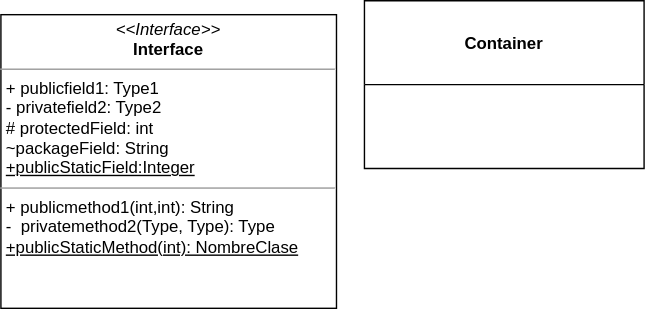
The draw.io diagram diagrams/diag01.drawio.svg in Xurxo-ojea/diagramGit, before a commit. Source tidied: cells renumbered, new cells last; positions are measured from the earlier drawing's top-left corner, leaving out a move shared by most shapes.
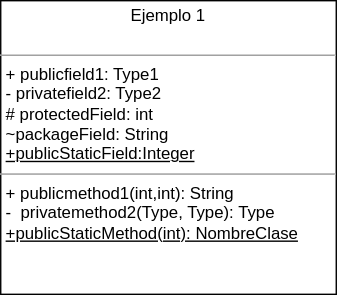
The same diagram one commit later.

The edit, as a diff of the source:
```diff
@@ -2,11 +2,8 @@
   <root>
     <mxCell id="0" />
     <mxCell id="1" parent="0" />
-    <mxCell id="2" value="&lt;p style=&quot;margin:0px;margin-top:4px;text-align:center;&quot;&gt;&lt;i&gt;&amp;lt;&amp;lt;Interface&amp;gt;&amp;gt;&lt;/i&gt;&lt;br&gt;&lt;b&gt;Interface&lt;/b&gt;&lt;/p&gt;&lt;hr size=&quot;1&quot;&gt;&lt;p style=&quot;margin:0px;margin-left:4px;&quot;&gt;+ publicfield1: Type1&lt;br&gt;- privatefield2: Type2&lt;/p&gt;&lt;p style=&quot;margin:0px;margin-left:4px;&quot;&gt;# protectedField: int&lt;/p&gt;&lt;p style=&quot;margin:0px;margin-left:4px;&quot;&gt;~packageField: String&lt;/p&gt;&lt;p style=&quot;margin:0px;margin-left:4px;&quot;&gt;&lt;u&gt;+publicStaticField:Integer&lt;/u&gt;&lt;/p&gt;&lt;hr size=&quot;1&quot;&gt;&lt;p style=&quot;margin:0px;margin-left:4px;&quot;&gt;+ publicmethod1(int,int): String&lt;br&gt;-&amp;nbsp; privatemethod2(Type, Type): Type&lt;/p&gt;&lt;p style=&quot;margin:0px;margin-left:4px;&quot;&gt;&lt;u&gt;+publicStaticMethod(int): NombreClase&lt;/u&gt;&lt;/p&gt;" style="verticalAlign=top;align=left;overflow=fill;fontSize=12;fontFamily=Helvetica;html=1;" parent="1" vertex="1">
+    <mxCell id="2" value="&lt;p style=&quot;margin: 0px ; margin-top: 4px ; text-align: center&quot;&gt;Ejemplo 1&lt;br&gt;&lt;br&gt;&lt;/p&gt;&lt;hr size=&quot;1&quot;&gt;&lt;p style=&quot;margin: 0px ; margin-left: 4px&quot;&gt;+ publicfield1: Type1&lt;br&gt;- privatefield2: Type2&lt;/p&gt;&lt;p style=&quot;margin: 0px ; margin-left: 4px&quot;&gt;# protectedField: int&lt;/p&gt;&lt;p style=&quot;margin: 0px ; margin-left: 4px&quot;&gt;~packageField: String&lt;/p&gt;&lt;p style=&quot;margin: 0px ; margin-left: 4px&quot;&gt;&lt;u&gt;+publicStaticField:Integer&lt;/u&gt;&lt;/p&gt;&lt;hr size=&quot;1&quot;&gt;&lt;p style=&quot;margin: 0px ; margin-left: 4px&quot;&gt;+ publicmethod1(int,int): String&lt;br&gt;-&amp;nbsp; privatemethod2(Type, Type): Type&lt;/p&gt;&lt;p style=&quot;margin: 0px ; margin-left: 4px&quot;&gt;&lt;u&gt;+publicStaticMethod(int): NombreClase&lt;/u&gt;&lt;/p&gt;" style="verticalAlign=top;align=left;overflow=fill;fontSize=12;fontFamily=Helvetica;html=1;" parent="1" vertex="1">
       <mxGeometry y="10" width="240" height="210" as="geometry" />
     </mxCell>
-    <mxCell id="3" value="Container" style="swimlane;startSize=60;" parent="1" vertex="1">
-      <mxGeometry x="260" width="200" height="120" as="geometry" />
-    </mxCell>
   </root>
 </mxGraphModel>
```
